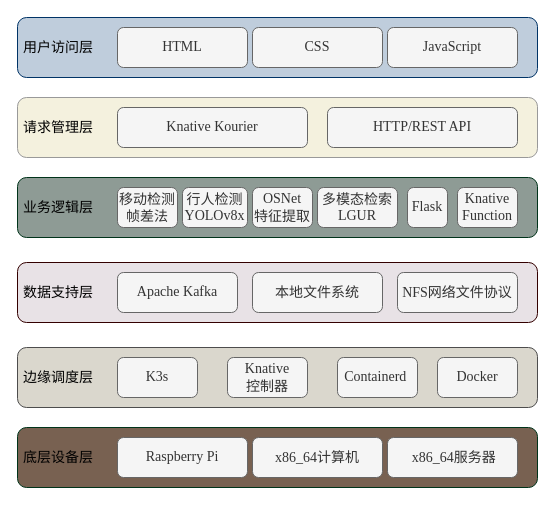
Earlier version of the draw.io diagram page "系统技术栈" (6 of 7) of directory/边缘架构.drawio (lllwwwooo/draw.io). Source tidied: cells renumbered, new cells numbered last; positions are measured from the earlier drawing's top-left corner, leaving out a move shared by most shapes. Both pictures are drawn from the tidied source at 100%, with x=0, y=0 at pixel (17, 17).
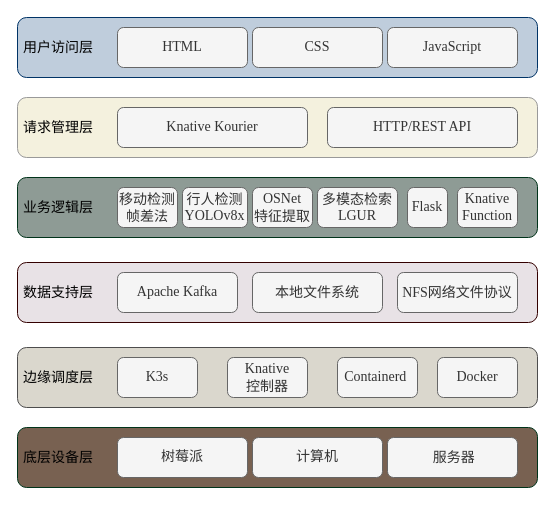
The same diagram, later.

Change to the diagram source:
```diff
@@
-    <mxCell id="17" value="&lt;font face=&quot;Times New Roman&quot; style=&quot;font-size: 14px;&quot;&gt;Raspberry Pi&lt;/font&gt;" style="rounded=1;whiteSpace=wrap;html=1;fillColor=#f5f5f5;strokeColor=#666666;fontColor=#333333;" parent="1" vertex="1">
+    <mxCell id="17" value="&lt;font face=&quot;Times New Roman&quot; style=&quot;font-size: 14px;&quot;&gt;树莓派&lt;/font&gt;" style="rounded=1;whiteSpace=wrap;html=1;fillColor=#f5f5f5;strokeColor=#666666;fontColor=#333333;" parent="1" vertex="1">
       <mxGeometry x="100" y="420" width="130" height="40" as="geometry" />
     </mxCell>
-    <mxCell id="18" value="&lt;font face=&quot;Times New Roman&quot; style=&quot;font-size: 14px;&quot;&gt;x86_64&lt;/font&gt;&lt;font face=&quot;宋体&quot; style=&quot;font-size: 14px;&quot;&gt;计算机&lt;/font&gt;" style="rounded=1;whiteSpace=wrap;html=1;fillColor=#f5f5f5;strokeColor=#666666;fontColor=#333333;" parent="1" vertex="1">
+    <mxCell id="18" value="&lt;font face=&quot;Times New Roman&quot;&gt;&lt;span style=&quot;font-size: 14px;&quot;&gt;计算机&lt;/span&gt;&lt;/font&gt;" style="rounded=1;whiteSpace=wrap;html=1;fillColor=#f5f5f5;strokeColor=#666666;fontColor=#333333;" parent="1" vertex="1">
       <mxGeometry x="235" y="420" width="130" height="40" as="geometry" />
     </mxCell>
-    <mxCell id="19" value="&lt;span style=&quot;background-color: transparent; color: light-dark(rgb(51, 51, 51), rgb(193, 193, 193));&quot;&gt;&amp;nbsp;&lt;/span&gt;&lt;span style=&quot;font-family: &amp;quot;Times New Roman&amp;quot;; font-size: 14px;&quot;&gt;x86_64&lt;/span&gt;&lt;span style=&quot;background-color: transparent; color: light-dark(rgb(51, 51, 51), rgb(193, 193, 193));&quot;&gt;&lt;font face=&quot;宋体&quot; style=&quot;font-size: 14px;&quot;&gt;服务器&lt;/font&gt;&lt;/span&gt;" style="rounded=1;whiteSpace=wrap;html=1;fillColor=#f5f5f5;strokeColor=#666666;fontColor=#333333;" parent="1" vertex="1">
+    <mxCell id="19" value="&lt;span style=&quot;background-color: transparent; color: light-dark(rgb(51, 51, 51), rgb(193, 193, 193));&quot;&gt;&amp;nbsp;&lt;/span&gt;&lt;span style=&quot;background-color: transparent; color: light-dark(rgb(51, 51, 51), rgb(193, 193, 193));&quot;&gt;&lt;font face=&quot;宋体&quot; style=&quot;font-size: 14px;&quot;&gt;服务器&lt;/font&gt;&lt;/span&gt;" style="rounded=1;whiteSpace=wrap;html=1;fillColor=#f5f5f5;strokeColor=#666666;fontColor=#333333;" parent="1" vertex="1">
       <mxGeometry x="370" y="420" width="130" height="40" as="geometry" />
     </mxCell>
```
